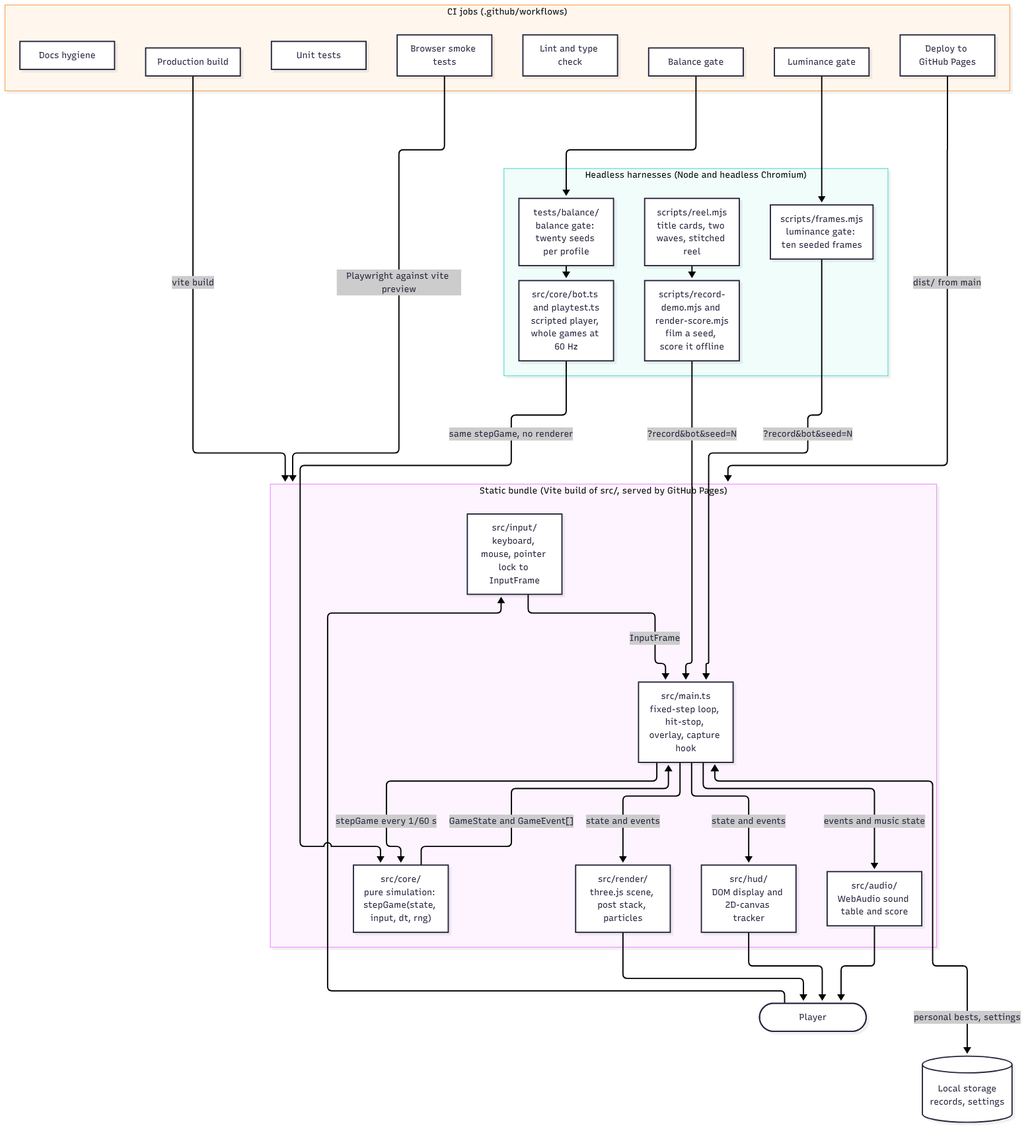
Above: docs/architecture/render/containers.png in agh/ringfall (Mermaid), before the change. Its source is kept beside it as docs/architecture/diagrams/containers.mmd.
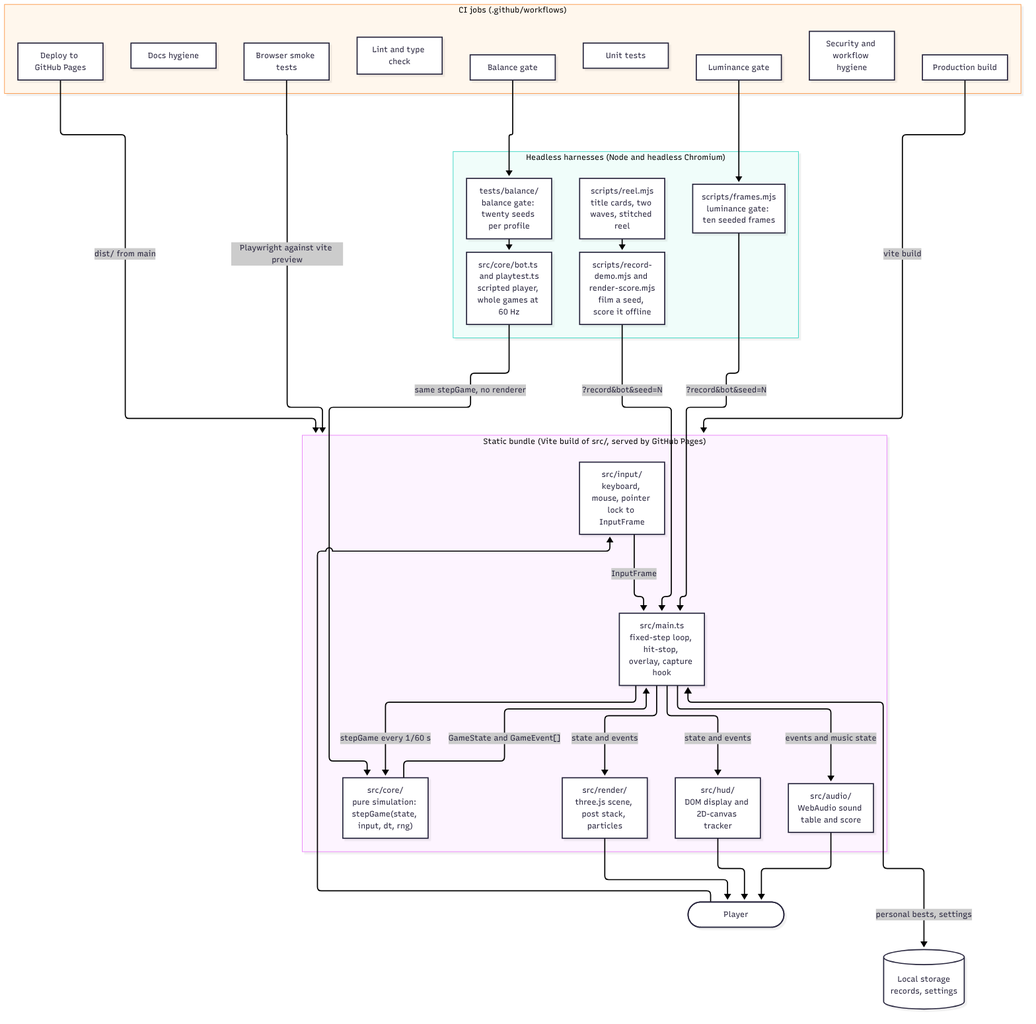
After the commit.

What changed in the source:
```diff
@@ -28,6 +28,7 @@
     build["Production build"]
     bal["Balance gate"]
     docs["Docs hygiene"]
+    security["Security and workflow hygiene"]
     deploy["Deploy to GitHub Pages"]
   end
   player --> input
```
